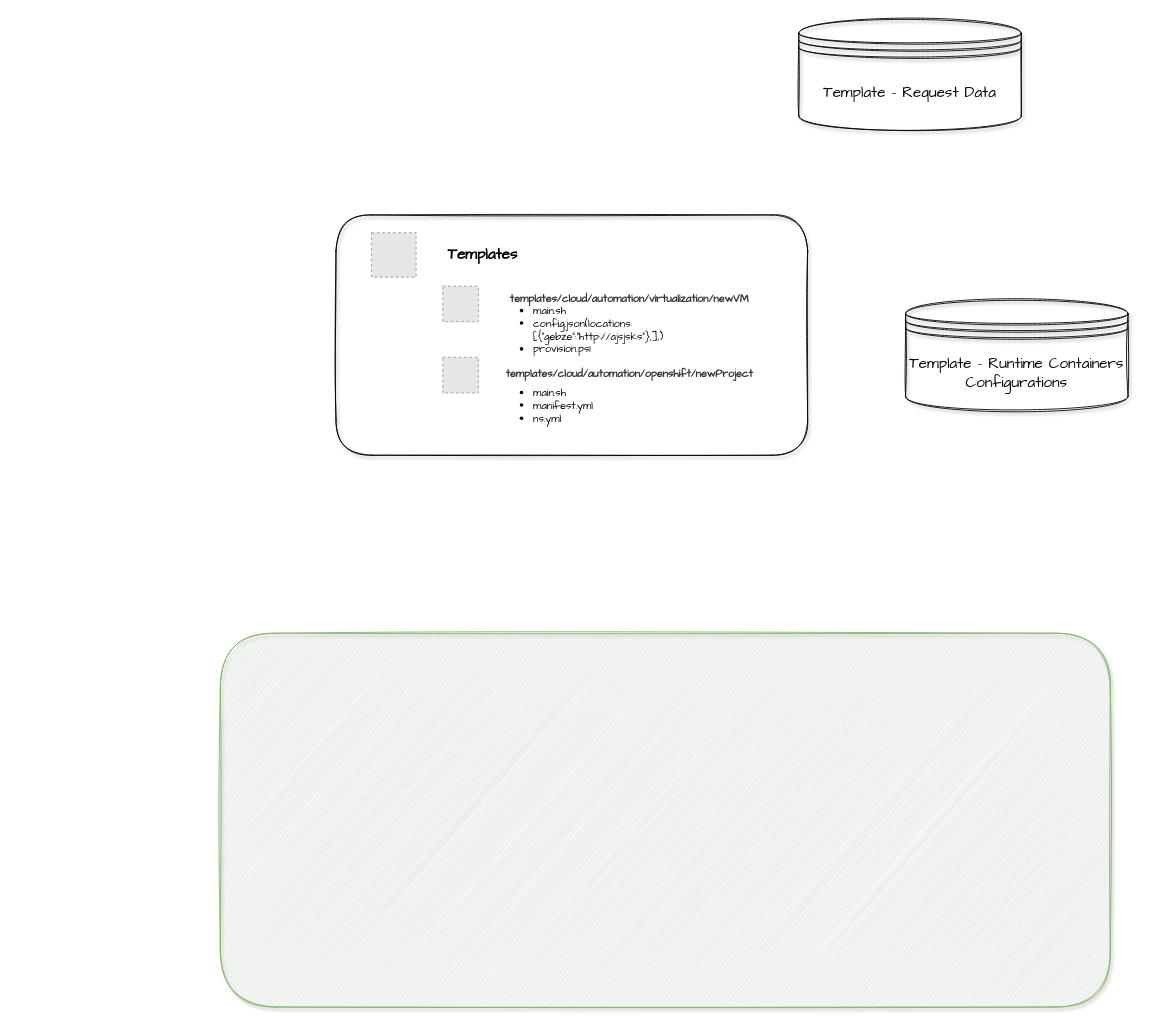
The draw.io diagram page "Operations Controller" (5 of 5) of diagrams/open-automation.drawio in haidouks/open-automation, before the edit. Source tidied: cells renumbered, new cells numbered last; positions are measured from the earlier drawing's top-left corner, leaving out a move shared by most shapes. Both pictures are drawn from the tidied source at 89%, with x=0, y=0 at pixel (220, 19). Pictures stored in the file or linked from it are replaced by grey dashed boxes.
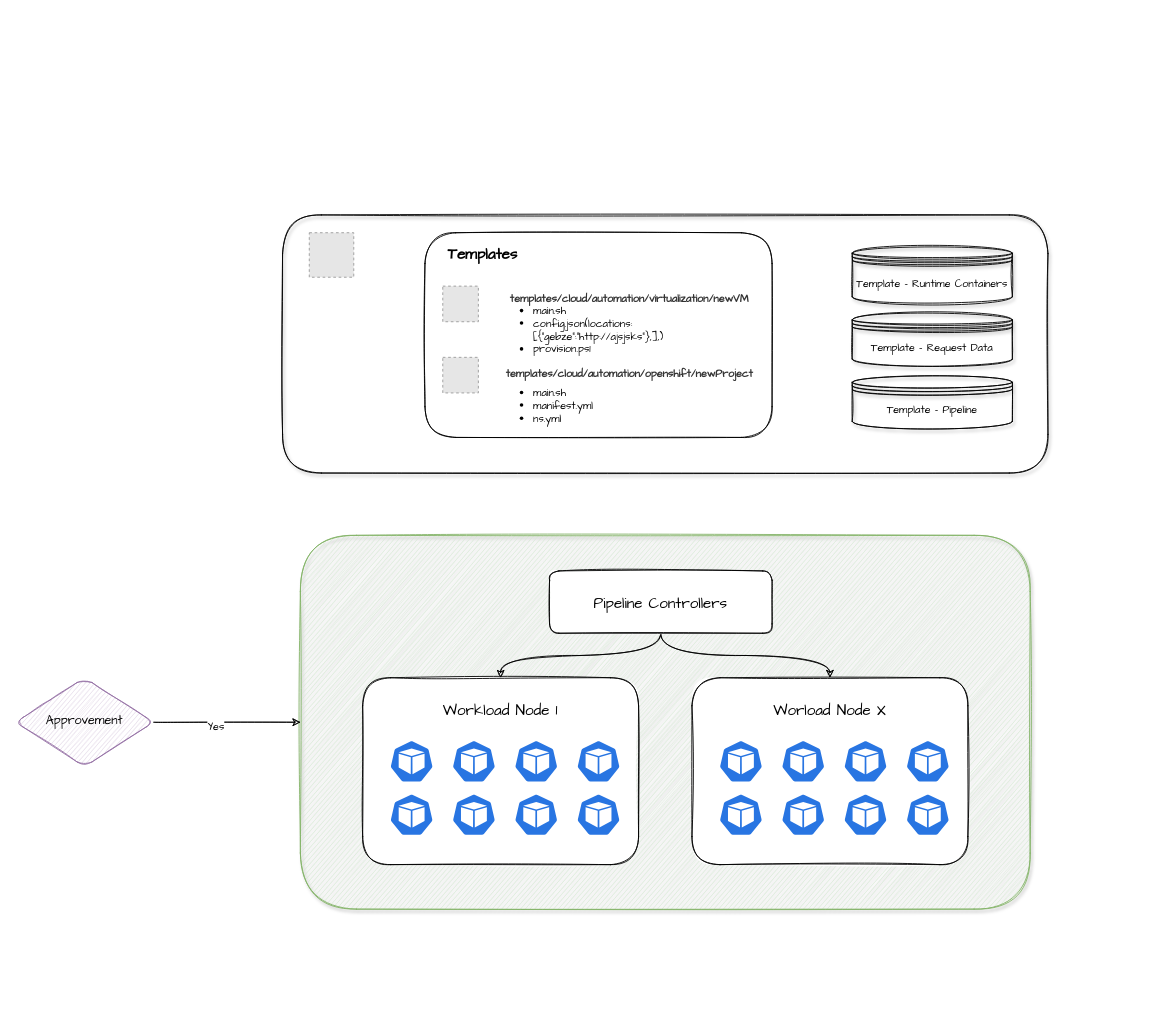
The same page after the edit.

Change to the diagram source:
```diff
@@
+    <mxCell id="14" style="rounded=1;whiteSpace=wrap;html=1;shadow=0;fontFamily=Comic Sans MS;fontSize=12;sketch=1;" parent="1" vertex="1">
+      <mxGeometry x="230" y="240" width="390" height="230" as="geometry" />
+    </mxCell>
-    <mxCell id="2" style="rounded=1;whiteSpace=wrap;html=1;shadow=1;labelBackgroundColor=#ffffff;sketch=1;strokeColor=#82b366;strokeWidth=1;fillColor=#d5e8d4;fontFamily=Comic Sans MS;fontSize=12;align=center;" parent="1" vertex="1">
-      <mxGeometry y="690" width="1000" height="420" as="geometry" />
+    <mxCell id="2" style="rounded=1;whiteSpace=wrap;html=1;shadow=1;labelBackgroundColor=#ffffff;strokeColor=#82b366;strokeWidth=1;fillColor=#d5e8d4;fontFamily=Comic Sans MS;fontSize=12;align=center;sketch=1;" parent="1" vertex="1">
+      <mxGeometry x="90" y="580" width="820" height="420" as="geometry" />
     </mxCell>
-    <mxCell id="3" style="rounded=1;whiteSpace=wrap;html=1;shadow=1;labelBackgroundColor=none;sketch=1;strokeColor=#000000;strokeWidth=1;fillColor=none;gradientColor=none;fontFamily=Comic Sans MS;fontSize=12;fontColor=#000000;align=center;spacing=2;" parent="1" vertex="1">
-      <mxGeometry x="130" y="220" width="530" height="270" as="geometry" />
+    <mxCell id="3" style="rounded=1;whiteSpace=wrap;html=1;shadow=1;labelBackgroundColor=none;strokeColor=#000000;strokeWidth=1;fillColor=none;gradientColor=none;fontFamily=Comic Sans MS;fontSize=12;fontColor=#000000;align=center;spacing=2;sketch=1;" parent="1" vertex="1">
+      <mxGeometry x="70" y="220" width="860" height="290" as="geometry" />
     </mxCell>
     <mxCell id="4" style="fillColor=#E6E6E6;strokeColor=#999999;dashed=1;html=1;verticalAlign=top;verticalLabelPosition=bottom;labelBackgroundColor=#ffffff;fontFamily=Comic Sans MS;fontSize=12;fontColor=#000000;align=left;" parent="1" vertex="1">
-      <mxGeometry x="170" y="240" width="50" height="50" as="geometry" />
+      <mxGeometry x="100" y="240" width="50" height="50" as="geometry" />
     </mxCell>
@@
-    <mxCell id="7" value="&lt;span style=&quot;color: rgb(51 , 51 , 51) ; text-align: left&quot;&gt;templates/cloud/automation/virtualization/newVM&lt;/span&gt;" style="text;html=1;strokeColor=none;fillColor=none;align=center;verticalAlign=middle;whiteSpace=wrap;rounded=0;shadow=1;labelBackgroundColor=none;sketch=1;fontFamily=Comic Sans MS;fontSize=12;fontColor=#000000;fontStyle=1;" parent="1" vertex="1">
+    <mxCell id="7" value="&lt;span style=&quot;color: rgb(51 , 51 , 51) ; text-align: left&quot;&gt;templates/cloud/automation/virtualization/newVM&lt;/span&gt;" style="text;html=1;strokeColor=none;fillColor=none;align=center;verticalAlign=middle;whiteSpace=wrap;rounded=0;shadow=1;labelBackgroundColor=none;fontFamily=Comic Sans MS;fontSize=12;fontColor=#000000;fontStyle=1;sketch=1;" parent="1" vertex="1">
       <mxGeometry x="310" y="305" width="300" height="20" as="geometry" />
     </mxCell>
-    <mxCell id="8" value="&lt;span style=&quot;color: rgb(51 , 51 , 51) ; text-align: left&quot;&gt;templates/cloud/automation/openshift/newProject&lt;/span&gt;" style="text;html=1;strokeColor=none;fillColor=none;align=center;verticalAlign=middle;whiteSpace=wrap;rounded=0;shadow=1;labelBackgroundColor=none;sketch=1;fontFamily=Comic Sans MS;fontSize=12;fontColor=#000000;fontStyle=1;" parent="1" vertex="1">
+    <mxCell id="8" value="&lt;span style=&quot;color: rgb(51 , 51 , 51) ; text-align: left&quot;&gt;templates/cloud/automation/openshift/newProject&lt;/span&gt;" style="text;html=1;strokeColor=none;fillColor=none;align=center;verticalAlign=middle;whiteSpace=wrap;rounded=0;shadow=1;labelBackgroundColor=none;fontFamily=Comic Sans MS;fontSize=12;fontColor=#000000;fontStyle=1;sketch=1;" parent="1" vertex="1">
       <mxGeometry x="300" y="390" width="320" height="20" as="geometry" />
     </mxCell>
-    <mxCell id="9" value="&lt;ul&gt;&lt;li&gt;main.sh&lt;br&gt;&lt;/li&gt;&lt;li&gt;config.json(locations: [{&quot;gebze&quot;:&quot;http://ajsjsks&quot;},],)&lt;/li&gt;&lt;li&gt;provision.ps1&lt;/li&gt;&lt;/ul&gt;" style="text;html=1;strokeColor=none;fillColor=none;align=left;verticalAlign=middle;whiteSpace=wrap;rounded=0;shadow=1;labelBackgroundColor=none;sketch=1;fontFamily=Comic Sans MS;fontSize=12;fontColor=#000000;" parent="1" vertex="1">
+    <mxCell id="9" value="&lt;ul&gt;&lt;li&gt;main.sh&lt;br&gt;&lt;/li&gt;&lt;li&gt;config.json(locations: [{&quot;gebze&quot;:&quot;http://ajsjsks&quot;},],)&lt;/li&gt;&lt;li&gt;provision.ps1&lt;/li&gt;&lt;/ul&gt;" style="text;html=1;strokeColor=none;fillColor=none;align=left;verticalAlign=middle;whiteSpace=wrap;rounded=0;shadow=1;labelBackgroundColor=none;fontFamily=Comic Sans MS;fontSize=12;fontColor=#000000;sketch=1;" parent="1" vertex="1">
       <mxGeometry x="310" y="325" width="100" height="50" as="geometry" />
     </mxCell>
-    <mxCell id="10" value="&lt;ul&gt;&lt;li&gt;main.sh&lt;br&gt;&lt;/li&gt;&lt;li&gt;manifest.yml&lt;/li&gt;&lt;li&gt;ns.yml&lt;/li&gt;&lt;/ul&gt;" style="text;html=1;strokeColor=none;fillColor=none;align=left;verticalAlign=middle;whiteSpace=wrap;rounded=0;shadow=1;labelBackgroundColor=none;sketch=1;fontFamily=Comic Sans MS;fontSize=12;fontColor=#000000;" parent="1" vertex="1">
+    <mxCell id="10" value="&lt;ul&gt;&lt;li&gt;main.sh&lt;br&gt;&lt;/li&gt;&lt;li&gt;manifest.yml&lt;/li&gt;&lt;li&gt;ns.yml&lt;/li&gt;&lt;/ul&gt;" style="text;html=1;strokeColor=none;fillColor=none;align=left;verticalAlign=middle;whiteSpace=wrap;rounded=0;shadow=1;labelBackgroundColor=none;fontFamily=Comic Sans MS;fontSize=12;fontColor=#000000;sketch=1;" parent="1" vertex="1">
       <mxGeometry x="310" y="410" width="100" height="50" as="geometry" />
     </mxCell>
-    <mxCell id="11" value="Templates" style="text;html=1;strokeColor=none;fillColor=none;align=center;verticalAlign=middle;whiteSpace=wrap;rounded=0;shadow=1;labelBackgroundColor=none;sketch=1;fontFamily=Comic Sans MS;fontSize=17;fontColor=#000000;fontStyle=1;" parent="1" vertex="1">
+    <mxCell id="11" value="Templates" style="text;html=1;strokeColor=none;fillColor=none;align=center;verticalAlign=middle;whiteSpace=wrap;rounded=0;shadow=1;labelBackgroundColor=none;fontFamily=Comic Sans MS;fontSize=17;fontColor=#000000;fontStyle=1;sketch=1;" parent="1" vertex="1">
       <mxGeometry x="260" y="255" width="70" height="20" as="geometry" />
     </mxCell>
-    <mxCell id="12" value="Template - Runtime Containers Configurations" style="shape=datastore;whiteSpace=wrap;html=1;rounded=1;shadow=1;labelBackgroundColor=none;sketch=1;strokeColor=#000000;strokeWidth=1;fillColor=none;gradientColor=none;fontFamily=Comic Sans MS;fontSize=17;fontColor=#000000;align=center;" parent="1" vertex="1">
-      <mxGeometry x="770" y="315" width="250" height="125" as="geometry" />
+    <mxCell id="12" value="Template - Runtime Containers" style="shape=datastore;whiteSpace=wrap;html=1;rounded=1;shadow=1;labelBackgroundColor=none;strokeColor=#000000;strokeWidth=1;fillColor=none;gradientColor=none;fontFamily=Comic Sans MS;fontSize=12;fontColor=#000000;align=center;sketch=1;" parent="1" vertex="1">
+      <mxGeometry x="710" y="255" width="180" height="65" as="geometry" />
     </mxCell>
-    <mxCell id="13" value="Template - Request Data" style="shape=datastore;whiteSpace=wrap;html=1;rounded=1;shadow=1;labelBackgroundColor=none;sketch=1;strokeColor=#000000;strokeWidth=1;fillColor=none;gradientColor=none;fontFamily=Comic Sans MS;fontSize=17;fontColor=#000000;align=center;" parent="1" vertex="1">
-      <mxGeometry x="650" width="250" height="125" as="geometry" />
+    <mxCell id="13" value="Template - Request Data" style="shape=datastore;whiteSpace=wrap;html=1;rounded=1;shadow=1;labelBackgroundColor=none;strokeColor=#000000;strokeWidth=1;fillColor=none;gradientColor=none;fontFamily=Comic Sans MS;fontSize=12;fontColor=#000000;align=center;sketch=1;" parent="1" vertex="1">
+      <mxGeometry x="710" y="330" width="180" height="60" as="geometry" />
     </mxCell>
+    <mxCell id="15" value="&lt;span style=&quot;font-size: 17px&quot;&gt;&lt;br&gt;Workload Node 1&lt;/span&gt;" style="rounded=1;whiteSpace=wrap;html=1;fontFamily=Comic Sans MS;fontSize=12;verticalAlign=top;sketch=1;" parent="1" vertex="1">
+      <mxGeometry x="160" y="740" width="310" height="210" as="geometry" />
+    </mxCell>
+    <mxCell id="16" style="edgeStyle=orthogonalEdgeStyle;rounded=0;jettySize=auto;html=1;exitX=0.5;exitY=1;exitDx=0;exitDy=0;entryX=0.5;entryY=0;entryDx=0;entryDy=0;fontFamily=Comic Sans MS;fontSize=12;sketch=1;curved=1;" parent="1" edge="1" source="18" target="15">
+      <mxGeometry relative="1" as="geometry" />
+    </mxCell>
+    <mxCell id="17" style="edgeStyle=orthogonalEdgeStyle;rounded=0;jettySize=auto;html=1;entryX=0.5;entryY=0;entryDx=0;entryDy=0;fontFamily=Comic Sans MS;fontSize=12;sketch=1;curved=1;" parent="1" edge="1" source="18" target="27">
+      <mxGeometry relative="1" as="geometry" />
+    </mxCell>
+    <mxCell id="18" value="&lt;font style=&quot;font-size: 17px&quot;&gt;&lt;br&gt;Pipeline Controllers&lt;/font&gt;" style="rounded=1;whiteSpace=wrap;html=1;fontFamily=Comic Sans MS;fontSize=12;verticalAlign=top;sketch=1;" parent="1" vertex="1">
+      <mxGeometry x="370" y="620" width="250" height="70" as="geometry" />
+    </mxCell>
+    <mxCell id="19" style="html=1;dashed=0;whitespace=wrap;fillColor=#2875E2;strokeColor=#ffffff;shape=mxgraph.kubernetes.icon;prIcon=pod;shadow=0;fontFamily=Comic Sans MS;fontSize=12;sketch=0;" parent="1" vertex="1">
+      <mxGeometry x="190" y="810" width="50" height="48" as="geometry" />
+    </mxCell>
+    <mxCell id="20" style="html=1;dashed=0;whitespace=wrap;fillColor=#2875E2;strokeColor=#ffffff;shape=mxgraph.kubernetes.icon;prIcon=pod;shadow=0;fontFamily=Comic Sans MS;fontSize=12;sketch=0;" parent="1" vertex="1">
+      <mxGeometry x="260" y="810" width="50" height="48" as="geometry" />
+    </mxCell>
+    <mxCell id="21" style="html=1;dashed=0;whitespace=wrap;fillColor=#2875E2;strokeColor=#ffffff;shape=mxgraph.kubernetes.icon;prIcon=pod;shadow=0;fontFamily=Comic Sans MS;fontSize=12;sketch=0;" parent="1" vertex="1">
+      <mxGeometry x="330" y="810" width="50" height="48" as="geometry" />
+    </mxCell>
+    <mxCell id="22" style="html=1;dashed=0;whitespace=wrap;fillColor=#2875E2;strokeColor=#ffffff;shape=mxgraph.kubernetes.icon;prIcon=pod;shadow=0;fontFamily=Comic Sans MS;fontSize=12;sketch=0;" parent="1" vertex="1">
+      <mxGeometry x="400" y="810" width="50" height="48" as="geometry" />
+    </mxCell>
+    <mxCell id="23" style="html=1;dashed=0;whitespace=wrap;fillColor=#2875E2;strokeColor=#ffffff;shape=mxgraph.kubernetes.icon;prIcon=pod;shadow=0;fontFamily=Comic Sans MS;fontSize=12;sketch=0;" parent="1" vertex="1">
+      <mxGeometry x="190" y="870" width="50" height="48" as="geometry" />
+    </mxCell>
+    <mxCell id="24" style="html=1;dashed=0;whitespace=wrap;fillColor=#2875E2;strokeColor=#ffffff;shape=mxgraph.kubernetes.icon;prIcon=pod;shadow=0;fontFamily=Comic Sans MS;fontSize=12;sketch=0;" parent="1" vertex="1">
+      <mxGeometry x="260" y="870" width="50" height="48" as="geometry" />
+    </mxCell>
+    <mxCell id="25" style="html=1;dashed=0;whitespace=wrap;fillColor=#2875E2;strokeColor=#ffffff;shape=mxgraph.kubernetes.icon;prIcon=pod;shadow=0;fontFamily=Comic Sans MS;fontSize=12;sketch=0;" parent="1" vertex="1">
+      <mxGeometry x="330" y="870" width="50" height="48" as="geometry" />
+    </mxCell>
+    <mxCell id="26" style="html=1;dashed=0;whitespace=wrap;fillColor=#2875E2;strokeColor=#ffffff;shape=mxgraph.kubernetes.icon;prIcon=pod;shadow=0;fontFamily=Comic Sans MS;fontSize=12;sketch=0;" parent="1" vertex="1">
+      <mxGeometry x="400" y="870" width="50" height="48" as="geometry" />
+    </mxCell>
+    <mxCell id="27" value="&lt;font style=&quot;font-size: 17px&quot;&gt;&lt;br&gt;Worload Node X&lt;/font&gt;" style="rounded=1;whiteSpace=wrap;html=1;fontFamily=Comic Sans MS;fontSize=12;verticalAlign=top;sketch=1;" parent="1" vertex="1">
+      <mxGeometry x="530" y="740" width="310" height="210" as="geometry" />
+    </mxCell>
+    <mxCell id="28" style="html=1;dashed=0;whitespace=wrap;fillColor=#2875E2;strokeColor=#ffffff;shape=mxgraph.kubernetes.icon;prIcon=pod;shadow=0;fontFamily=Comic Sans MS;fontSize=12;sketch=0;" parent="1" vertex="1">
+      <mxGeometry x="560" y="810" width="50" height="48" as="geometry" />
+    </mxCell>
+    <mxCell id="29" style="html=1;dashed=0;whitespace=wrap;fillColor=#2875E2;strokeColor=#ffffff;shape=mxgraph.kubernetes.icon;prIcon=pod;shadow=0;fontFamily=Comic Sans MS;fontSize=12;sketch=0;" parent="1" vertex="1">
+      <mxGeometry x="630" y="810" width="50" height="48" as="geometry" />
+    </mxCell>
+    <mxCell id="30" style="html=1;dashed=0;whitespace=wrap;fillColor=#2875E2;strokeColor=#ffffff;shape=mxgraph.kubernetes.icon;prIcon=pod;shadow=0;fontFamily=Comic Sans MS;fontSize=12;sketch=0;" parent="1" vertex="1">
+      <mxGeometry x="700" y="810" width="50" height="48" as="geometry" />
+    </mxCell>
+    <mxCell id="31" style="html=1;dashed=0;whitespace=wrap;fillColor=#2875E2;strokeColor=#ffffff;shape=mxgraph.kubernetes.icon;prIcon=pod;shadow=0;fontFamily=Comic Sans MS;fontSize=12;sketch=0;" parent="1" vertex="1">
+      <mxGeometry x="770" y="810" width="50" height="48" as="geometry" />
+    </mxCell>
+    <mxCell id="32" style="html=1;dashed=0;whitespace=wrap;fillColor=#2875E2;strokeColor=#ffffff;shape=mxgraph.kubernetes.icon;prIcon=pod;shadow=0;fontFamily=Comic Sans MS;fontSize=12;sketch=0;" parent="1" vertex="1">
+      <mxGeometry x="560" y="870" width="50" height="48" as="geometry" />
+    </mxCell>
+    <mxCell id="33" style="html=1;dashed=0;whitespace=wrap;fillColor=#2875E2;strokeColor=#ffffff;shape=mxgraph.kubernetes.icon;prIcon=pod;shadow=0;fontFamily=Comic Sans MS;fontSize=12;sketch=0;" parent="1" vertex="1">
+      <mxGeometry x="630" y="870" width="50" height="48" as="geometry" />
+    </mxCell>
+    <mxCell id="34" style="html=1;dashed=0;whitespace=wrap;fillColor=#2875E2;strokeColor=#ffffff;shape=mxgraph.kubernetes.icon;prIcon=pod;shadow=0;fontFamily=Comic Sans MS;fontSize=12;sketch=0;" parent="1" vertex="1">
+      <mxGeometry x="700" y="870" width="50" height="48" as="geometry" />
+    </mxCell>
+    <mxCell id="35" style="html=1;dashed=0;whitespace=wrap;fillColor=#2875E2;strokeColor=#ffffff;shape=mxgraph.kubernetes.icon;prIcon=pod;shadow=0;fontFamily=Comic Sans MS;fontSize=12;sketch=0;" parent="1" vertex="1">
+      <mxGeometry x="770" y="870" width="50" height="48" as="geometry" />
+    </mxCell>
+    <mxCell id="36" style="edgeStyle=orthogonalEdgeStyle;rounded=0;jettySize=auto;html=1;fontFamily=Comic Sans MS;fontSize=12;sketch=1;curved=1;" parent="1" edge="1" source="38" target="2">
+      <mxGeometry relative="1" as="geometry" />
+    </mxCell>
+    <mxCell id="37" value="Yes" style="edgeLabel;html=1;align=center;verticalAlign=middle;fontSize=12;fontFamily=Comic Sans MS;sketch=1;" parent="36" vertex="1">
+      <mxGeometry x="-0.16" y="-5" relative="1" as="geometry" />
+    </mxCell>
+    <mxCell id="38" value="&lt;font style=&quot;font-size: 14px&quot;&gt;Approvement&lt;/font&gt;" style="rhombus;whiteSpace=wrap;html=1;shadow=0;fontFamily=Comic Sans MS;fontSize=12;align=center;strokeWidth=1;spacing=6;spacingTop=-4;rounded=1;fillColor=#e1d5e7;strokeColor=#9673a6;sketch=1;" parent="1" vertex="1">
+      <mxGeometry x="-230" y="740" width="155" height="100" as="geometry" />
+    </mxCell>
+    <mxCell id="39" value="Template - Pipeline" style="shape=datastore;whiteSpace=wrap;html=1;rounded=1;shadow=1;labelBackgroundColor=none;strokeColor=#000000;strokeWidth=1;fillColor=none;gradientColor=none;fontFamily=Comic Sans MS;fontSize=12;fontColor=#000000;align=center;sketch=1;" parent="1" vertex="1">
+      <mxGeometry x="710" y="400" width="180" height="60" as="geometry" />
+    </mxCell>
```
